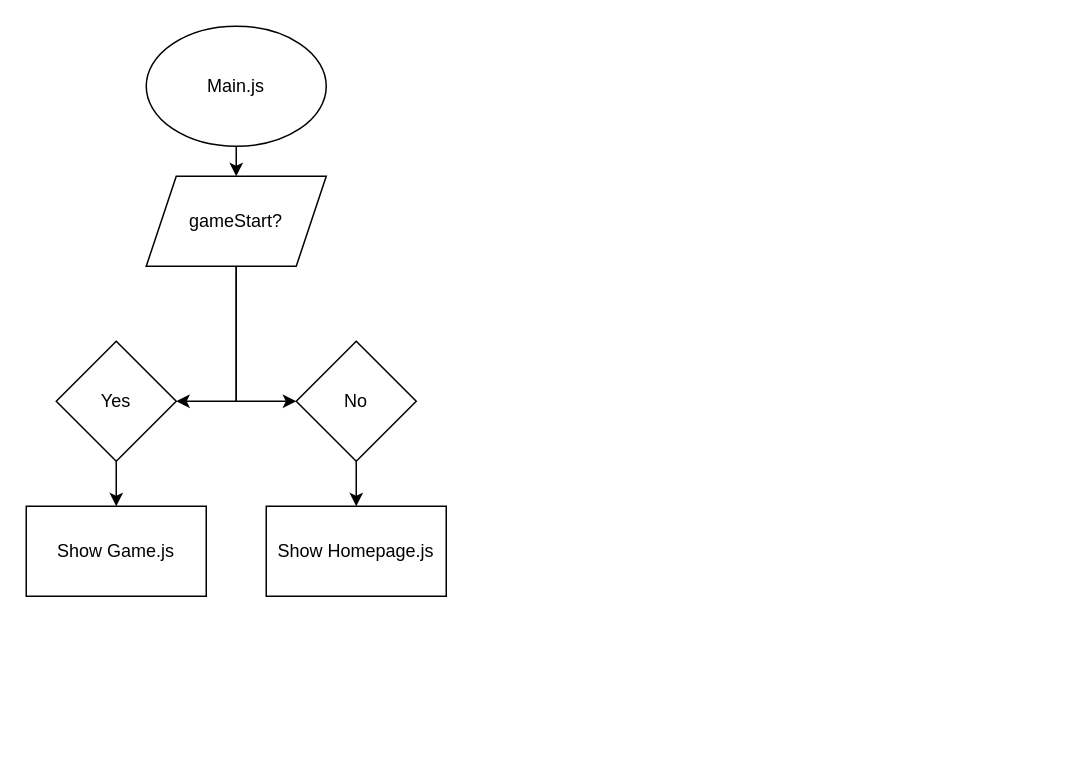
Before: page "Logic" (2 of 2) of React-Quiz-Diagram.drawio in Joeseff6/React-Quiz, a draw.io diagram. Source tidied: cells renumbered, new cells numbered last; positions are measured from the earlier drawing's top-left corner, leaving out a move shared by most shapes. Both pictures are drawn from the tidied source at 150%, with x=0, y=0 at pixel (26, 26).
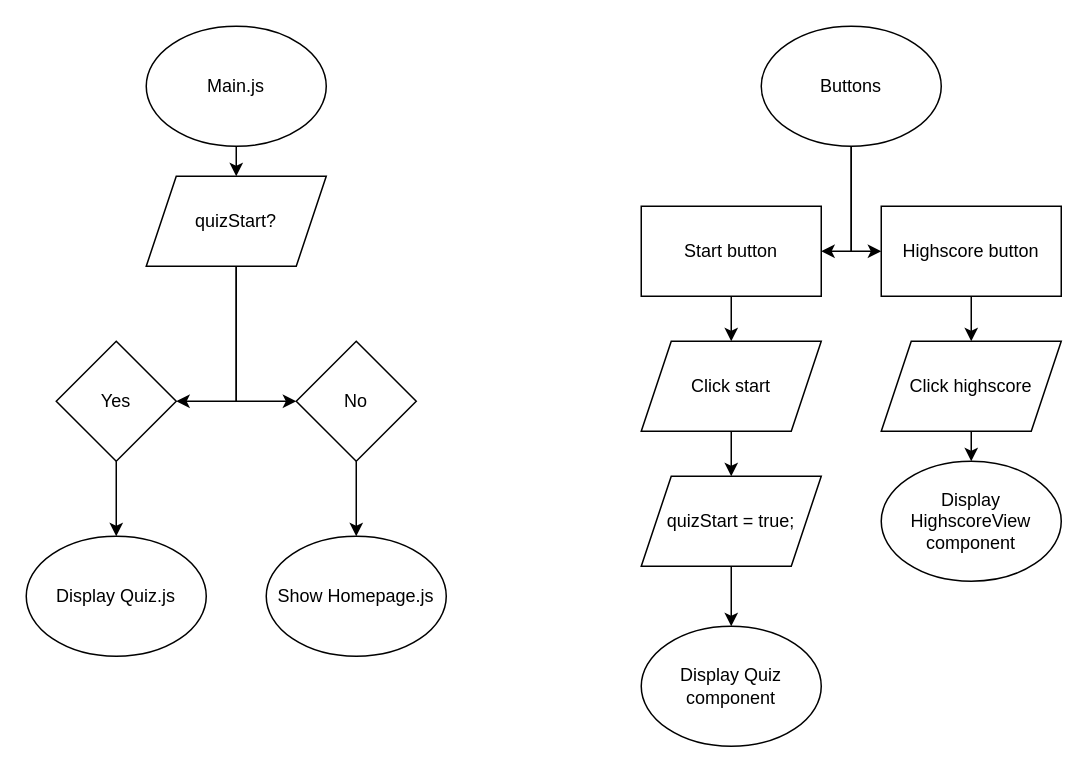
Above is the later version.

Commit message (it also covers changes not shown here):
Added button logic, updated state

Unchanged cells that the change refers to:
```xml
<mxCell id="9" value="Yes" style="rhombus;whiteSpace=wrap;html=1;" parent="1" vertex="1">
  <mxGeometry x="20" y="210" width="80" height="80" as="geometry" />
</mxCell>
<mxCell id="11" value="No" style="rhombus;whiteSpace=wrap;html=1;" parent="1" vertex="1">
  <mxGeometry x="180" y="210" width="80" height="80" as="geometry" />
</mxCell>
```

What changed in the source:
```diff
@@
-    <mxCell id="2" value="Show Game.js" style="rounded=0;whiteSpace=wrap;html=1;" parent="1" vertex="1">
-      <mxGeometry y="320" width="120" height="60" as="geometry" />
-    </mxCell>
@@
-    <mxCell id="7" value="gameStart?" style="shape=parallelogram;perimeter=parallelogramPerimeter;whiteSpace=wrap;html=1;fixedSize=1;" parent="1" vertex="1">
+    <mxCell id="7" value="quizStart?" style="shape=parallelogram;perimeter=parallelogramPerimeter;whiteSpace=wrap;html=1;fixedSize=1;" parent="1" vertex="1">
       <mxGeometry x="80" y="100" width="120" height="60" as="geometry" />
     </mxCell>
-    <mxCell id="8" style="edgeStyle=orthogonalEdgeStyle;rounded=0;jettySize=auto;html=1;exitX=0.5;exitY=1;exitDx=0;exitDy=0;entryX=0.5;entryY=0;entryDx=0;entryDy=0;" parent="1" edge="1" source="9" target="2">
+    <mxCell id="8" style="edgeStyle=orthogonalEdgeStyle;rounded=0;jettySize=auto;html=1;exitX=0.5;exitY=1;exitDx=0;exitDy=0;entryX=0.5;entryY=0;entryDx=0;entryDy=0;" parent="1" edge="1" source="9" target="13">
       <mxGeometry relative="1" as="geometry" />
     </mxCell>
@@
-    <mxCell id="10" style="edgeStyle=orthogonalEdgeStyle;rounded=0;jettySize=auto;html=1;exitX=0.5;exitY=1;exitDx=0;exitDy=0;" parent="1" edge="1" source="11" target="12">
+    <mxCell id="10" style="edgeStyle=orthogonalEdgeStyle;rounded=0;jettySize=auto;html=1;exitX=0.5;exitY=1;exitDx=0;exitDy=0;entryX=0.5;entryY=0;entryDx=0;entryDy=0;" parent="1" edge="1" source="11" target="12">
       <mxGeometry relative="1" as="geometry" />
     </mxCell>
@@
+    <mxCell id="13" value="&lt;span&gt;Display Quiz.js&lt;/span&gt;" style="ellipse;whiteSpace=wrap;html=1;" parent="1" vertex="1">
+      <mxGeometry y="340" width="120" height="80" as="geometry" />
+    </mxCell>
-    <mxCell id="12" value="Show Homepage.js" style="rounded=0;whiteSpace=wrap;html=1;" parent="1" vertex="1">
-      <mxGeometry x="160" y="320" width="120" height="60" as="geometry" />
+    <mxCell id="12" value="&lt;span&gt;Show Homepage.js&lt;/span&gt;" style="ellipse;whiteSpace=wrap;html=1;" parent="1" vertex="1">
+      <mxGeometry x="160" y="340" width="120" height="80" as="geometry" />
     </mxCell>
+    <mxCell id="14" style="edgeStyle=orthogonalEdgeStyle;rounded=0;jettySize=auto;html=1;exitX=0.5;exitY=1;exitDx=0;exitDy=0;entryX=1;entryY=0.5;entryDx=0;entryDy=0;" parent="1" edge="1" source="16" target="18">
+      <mxGeometry relative="1" as="geometry" />
+    </mxCell>
+    <mxCell id="15" style="edgeStyle=orthogonalEdgeStyle;rounded=0;jettySize=auto;html=1;exitX=0.5;exitY=1;exitDx=0;exitDy=0;entryX=0;entryY=0.5;entryDx=0;entryDy=0;" parent="1" edge="1" source="16" target="20">
+      <mxGeometry relative="1" as="geometry" />
+    </mxCell>
+    <mxCell id="16" value="Buttons" style="ellipse;whiteSpace=wrap;html=1;" parent="1" vertex="1">
+      <mxGeometry x="490" width="120" height="80" as="geometry" />
+    </mxCell>
+    <mxCell id="17" style="edgeStyle=orthogonalEdgeStyle;rounded=0;jettySize=auto;html=1;exitX=0.5;exitY=1;exitDx=0;exitDy=0;entryX=0.5;entryY=0;entryDx=0;entryDy=0;" parent="1" edge="1" source="18" target="22">
+      <mxGeometry relative="1" as="geometry" />
+    </mxCell>
+    <mxCell id="18" value="Start button" style="rounded=0;whiteSpace=wrap;html=1;" parent="1" vertex="1">
+      <mxGeometry x="410" y="120" width="120" height="60" as="geometry" />
+    </mxCell>
+    <mxCell id="19" style="edgeStyle=orthogonalEdgeStyle;rounded=0;jettySize=auto;html=1;exitX=0.5;exitY=1;exitDx=0;exitDy=0;entryX=0.5;entryY=0;entryDx=0;entryDy=0;" parent="1" edge="1" source="20" target="26">
+      <mxGeometry relative="1" as="geometry" />
+    </mxCell>
+    <mxCell id="20" value="Highscore button" style="rounded=0;whiteSpace=wrap;html=1;" parent="1" vertex="1">
+      <mxGeometry x="570" y="120" width="120" height="60" as="geometry" />
+    </mxCell>
+    <mxCell id="21" style="edgeStyle=orthogonalEdgeStyle;rounded=0;jettySize=auto;html=1;exitX=0.5;exitY=1;exitDx=0;exitDy=0;entryX=0.5;entryY=0;entryDx=0;entryDy=0;" parent="1" edge="1" source="22" target="24">
+      <mxGeometry relative="1" as="geometry" />
+    </mxCell>
+    <mxCell id="22" value="Click start" style="shape=parallelogram;perimeter=parallelogramPerimeter;whiteSpace=wrap;html=1;fixedSize=1;" parent="1" vertex="1">
+      <mxGeometry x="410" y="210" width="120" height="60" as="geometry" />
+    </mxCell>
+    <mxCell id="23" style="edgeStyle=orthogonalEdgeStyle;rounded=0;jettySize=auto;html=1;" parent="1" edge="1" source="24" target="28">
+      <mxGeometry relative="1" as="geometry" />
+    </mxCell>
+    <mxCell id="24" value="quizStart = true;" style="shape=parallelogram;perimeter=parallelogramPerimeter;whiteSpace=wrap;html=1;fixedSize=1;" parent="1" vertex="1">
+      <mxGeometry x="410" y="300" width="120" height="60" as="geometry" />
+    </mxCell>
+    <mxCell id="25" style="edgeStyle=orthogonalEdgeStyle;rounded=0;jettySize=auto;html=1;exitX=0.5;exitY=1;exitDx=0;exitDy=0;entryX=0.5;entryY=0;entryDx=0;entryDy=0;" parent="1" edge="1" source="26" target="27">
+      <mxGeometry relative="1" as="geometry" />
+    </mxCell>
+    <mxCell id="26" value="Click highscore" style="shape=parallelogram;perimeter=parallelogramPerimeter;whiteSpace=wrap;html=1;fixedSize=1;" parent="1" vertex="1">
+      <mxGeometry x="570" y="210" width="120" height="60" as="geometry" />
+    </mxCell>
+    <mxCell id="27" value="&lt;span&gt;Display HighscoreView component&lt;/span&gt;" style="ellipse;whiteSpace=wrap;html=1;" parent="1" vertex="1">
+      <mxGeometry x="570" y="290" width="120" height="80" as="geometry" />
+    </mxCell>
+    <mxCell id="28" value="&lt;span&gt;Display Quiz component&lt;/span&gt;" style="ellipse;whiteSpace=wrap;html=1;" parent="1" vertex="1">
+      <mxGeometry x="410" y="400" width="120" height="80" as="geometry" />
+    </mxCell>
```
